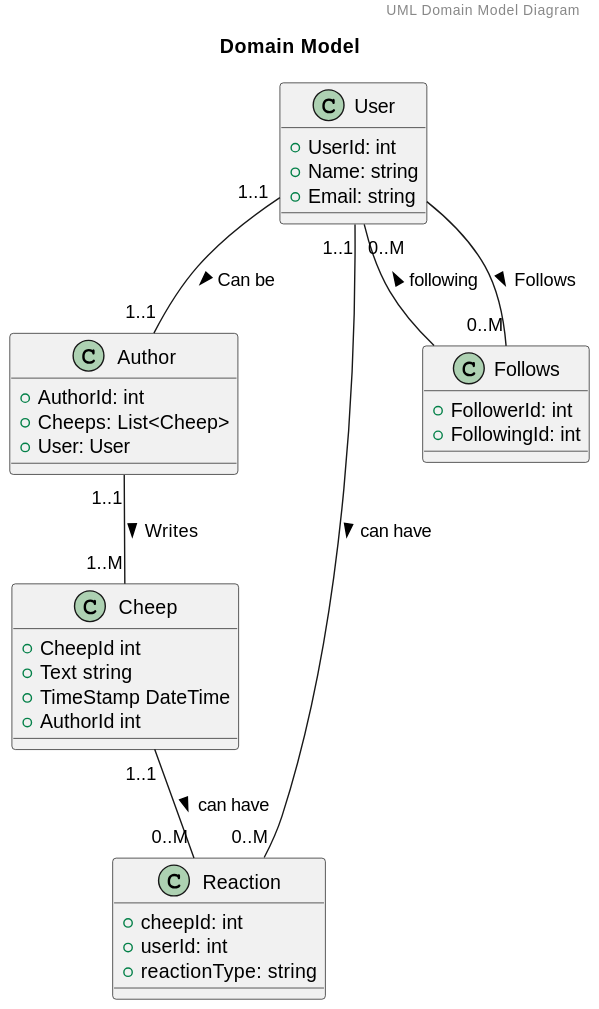
Earlier version of the PlantUML export docs/images/domain_model_UML.svg (ITU-BDSA23-GROUP10/Chirp). Its diagram source:
```plantuml
@startuml
header UML Domain Model Diagram
title Domain Model

class Cheep {
    +CheepId int
    +Text string
    +TimeStamp DateTime
    +AuthorId int
}

class User {
  +UserId: int
  +Name: string
  +Email: string
}

class Author {
  +AuthorId: int
  +Cheeps: List<Cheep>
  +User: User
}

class Reaction {
  +cheepId: int
  +userId: int
  +reactionType: string
}

class Follows {
  +FollowerId: int
  +FollowingId: int
}

User "1..1" -- "1..1" Author :  Can be >
Author "1..1" -- "1..M" Cheep : Writes >
User "1..1" -- "0..M" Reaction : can have >
Cheep "1..1" -- "0..M" Reaction : can have >
User "0..M" -- Follows : following <
User  -- "0..M" Follows : Follows >

@enduml
```
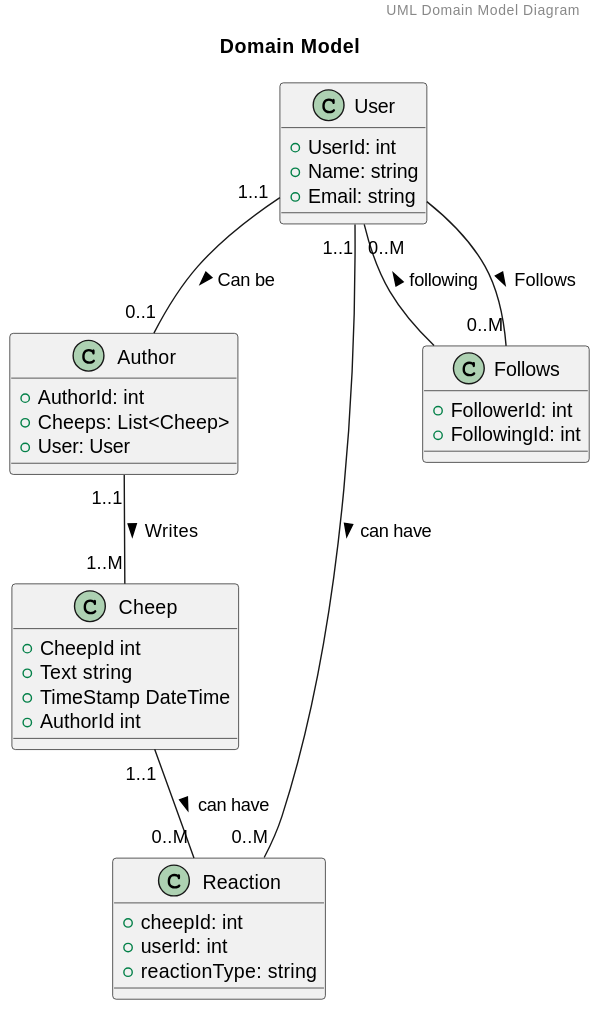
The same file after the commit.

Commit message:
report continued

Diff of the diagram source:
```diff
@@ -32,7 +32,7 @@
   +FollowingId: int
 }
 
-User "1..1" -- "1..1" Author :  Can be >
+User "1..1" -- "0..1" Author :  Can be >
 Author "1..1" -- "1..M" Cheep : Writes >
 User "1..1" -- "0..M" Reaction : can have >
 Cheep "1..1" -- "0..M" Reaction : can have >
```
